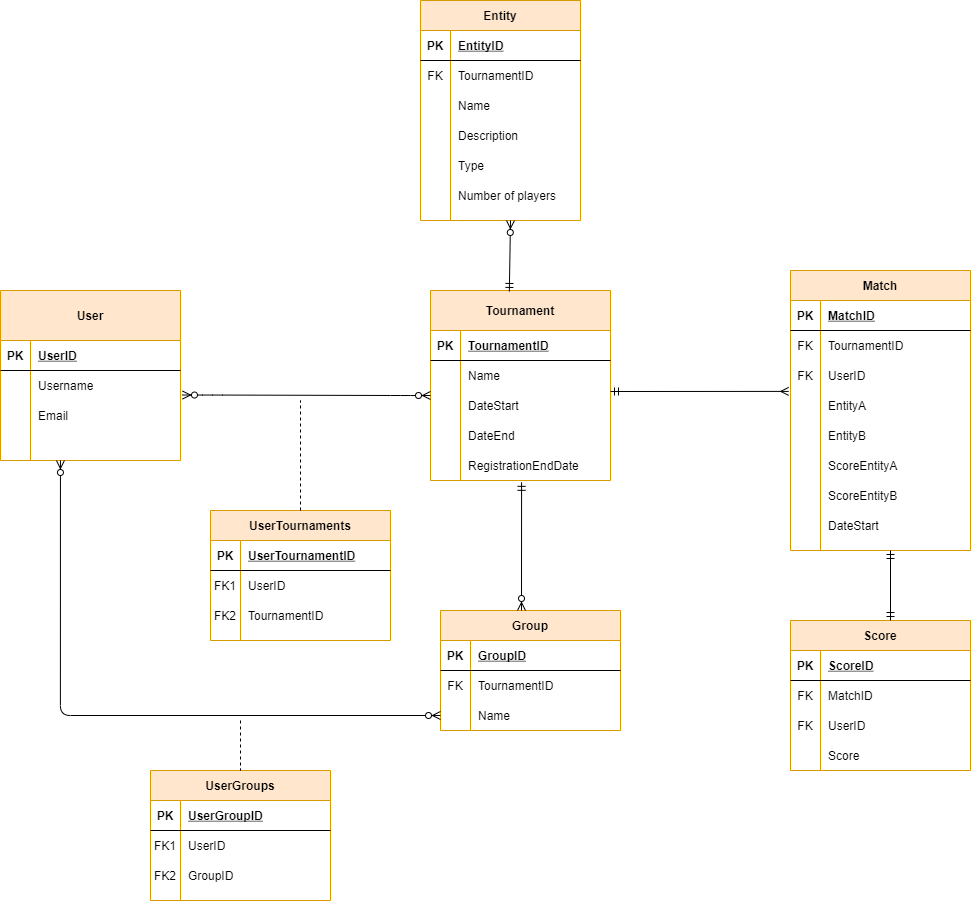
This is royalrumbet.png from maneran/royal-rumbet, a draw.io export, as it was before one commit. Source tidied: cells renumbered, new cells last; positions are measured from the earlier drawing's top-left corner, leaving out a move shared by most shapes.
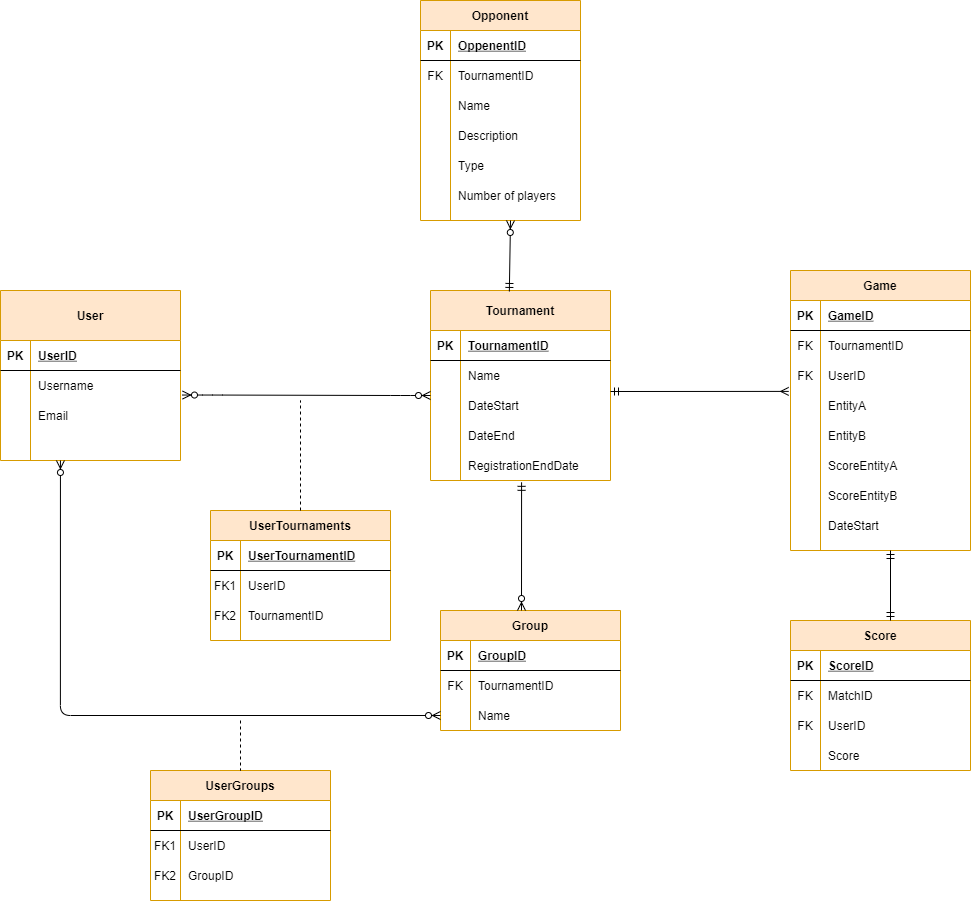
After the change.

Diff of the diagram source:
```diff
@@ -50,7 +50,7 @@
     <mxCell id="17" value="RegistrationEndDate" style="shape=partialRectangle;fillColor=none;top=0;left=0;bottom=0;right=0;align=left;spacingLeft=6;overflow=hidden;" parent="15" vertex="1">
       <mxGeometry x="30" width="150" height="30" as="geometry" />
     </mxCell>
-    <mxCell id="18" value="Entity" style="shape=table;startSize=30;rowLines=0;fontStyle=1;align=center;strokeColor=#d79b00;fillColor=#ffe6cc;" parent="1" vertex="1">
+    <mxCell id="18" value="Opponent" style="shape=table;startSize=30;rowLines=0;fontStyle=1;align=center;strokeColor=#d79b00;fillColor=#ffe6cc;" parent="1" vertex="1">
       <mxGeometry x="420" width="160" height="220" as="geometry" />
     </mxCell>
     <mxCell id="19" style="shape=partialRectangle;fillColor=none;top=0;left=0;bottom=1;right=0;" parent="18" vertex="1">
@@ -59,7 +59,7 @@
     <mxCell id="20" value="PK" style="shape=partialRectangle;fillColor=none;top=0;left=0;bottom=0;right=0;fontStyle=1;overflow=hidden;" parent="19" vertex="1">
       <mxGeometry width="30" height="30" as="geometry" />
     </mxCell>
-    <mxCell id="21" value="EntityID" style="shape=partialRectangle;fillColor=none;top=0;left=0;bottom=0;right=0;align=left;spacingLeft=6;fontStyle=5;overflow=hidden;" parent="19" vertex="1">
+    <mxCell id="21" value="OppenentID" style="shape=partialRectangle;fillColor=none;top=0;left=0;bottom=0;right=0;align=left;spacingLeft=6;fontStyle=5;overflow=hidden;" parent="19" vertex="1">
       <mxGeometry x="30" width="130" height="30" as="geometry" />
     </mxCell>
     <mxCell id="22" style="shape=partialRectangle;fillColor=none;top=0;left=0;bottom=0;right=0;" parent="18" vertex="1">
@@ -186,7 +186,7 @@
         <mxPoint x="300" y="400" as="targetPoint" />
       </mxGeometry>
     </mxCell>
-    <mxCell id="62" value="Match" style="shape=table;startSize=30;rowLines=0;fontStyle=1;align=center;strokeColor=#d79b00;fillColor=#ffe6cc;" parent="1" vertex="1">
+    <mxCell id="62" value="Game" style="shape=table;startSize=30;rowLines=0;fontStyle=1;align=center;strokeColor=#d79b00;fillColor=#ffe6cc;" parent="1" vertex="1">
       <mxGeometry x="790" y="270" width="180" height="280" as="geometry" />
     </mxCell>
     <mxCell id="63" style="shape=partialRectangle;fillColor=none;top=0;left=0;bottom=1;right=0;" parent="62" vertex="1">
@@ -195,7 +195,7 @@
     <mxCell id="64" value="PK" style="shape=partialRectangle;fillColor=none;top=0;left=0;bottom=0;right=0;fontStyle=1;overflow=hidden;" parent="63" vertex="1">
       <mxGeometry width="30" height="30" as="geometry" />
     </mxCell>
-    <mxCell id="65" value="MatchID" style="shape=partialRectangle;fillColor=none;top=0;left=0;bottom=0;right=0;align=left;spacingLeft=6;fontStyle=5;overflow=hidden;" parent="63" vertex="1">
+    <mxCell id="65" value="GameID" style="shape=partialRectangle;fillColor=none;top=0;left=0;bottom=0;right=0;align=left;spacingLeft=6;fontStyle=5;overflow=hidden;" parent="63" vertex="1">
       <mxGeometry x="30" width="150" height="30" as="geometry" />
     </mxCell>
     <mxCell id="66" style="shape=partialRectangle;fillColor=none;top=0;left=0;bottom=0;right=0;" parent="62" vertex="1">
```
